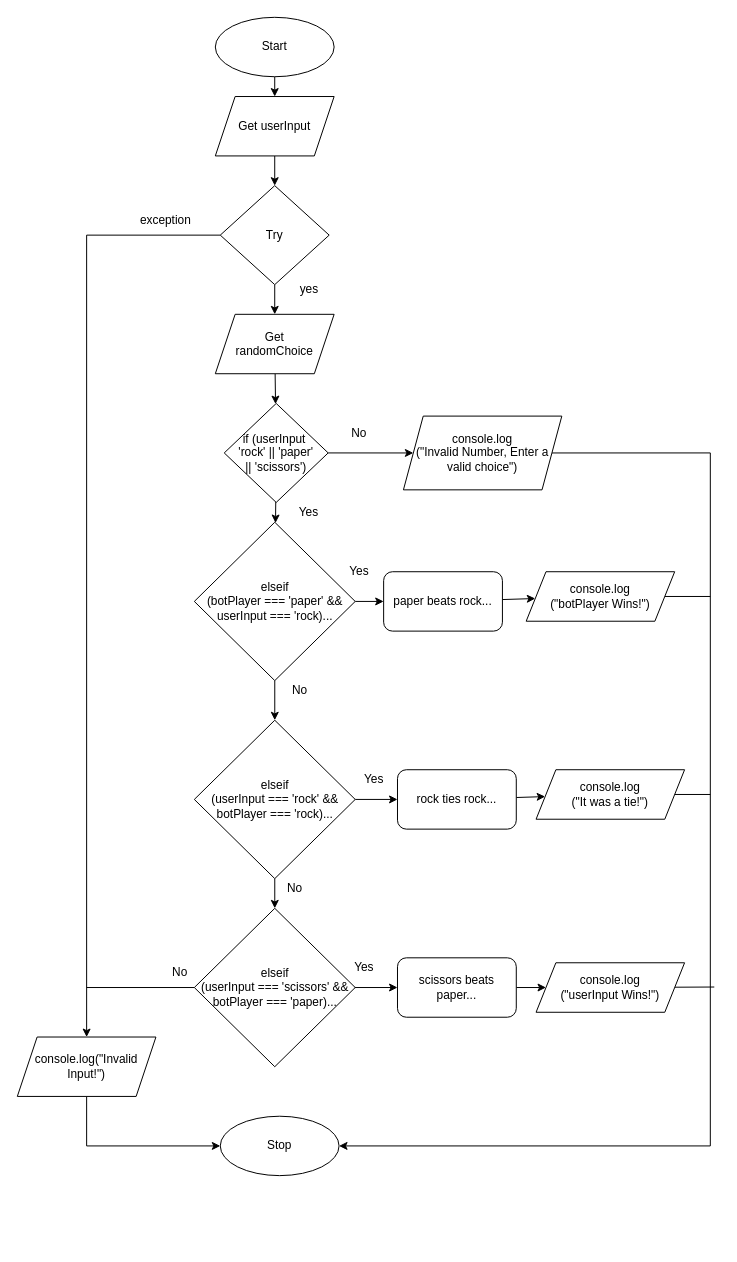
Earlier version of the draw.io diagram Drawio/Flowchart.drawio (JacksonNaufal/ics4u-Assignment-1-typescript). Source tidied: cells renumbered, new cells numbered last; positions are measured from the earlier drawing's top-left corner, leaving out a move shared by most shapes. Both pictures are drawn from the tidied source at 99%, with x=0, y=0 at pixel (17, 17).
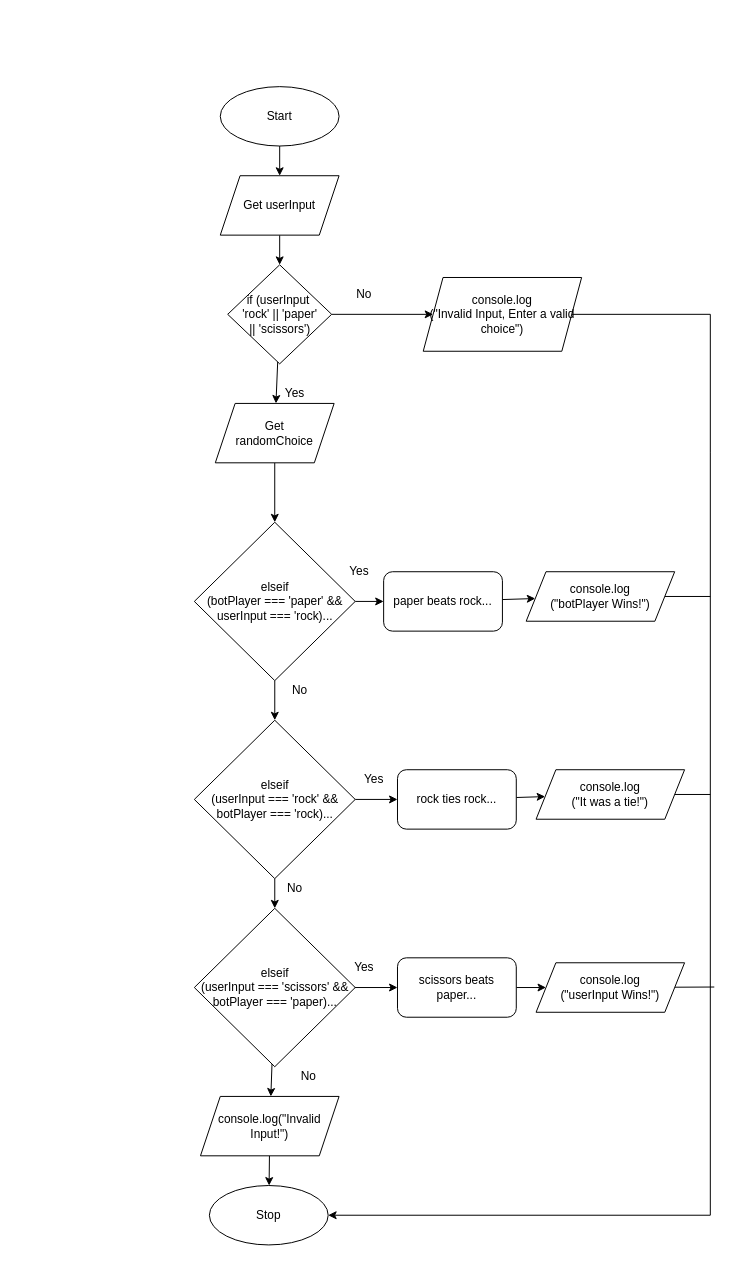
Above is the later version.

The change refers to these unchanged cells:
```xml
<mxCell id="24" value="elseif&lt;br&gt;(botPlayer === 'paper' &amp;amp;&amp;amp; userInput === 'rock)..." style="rhombus;whiteSpace=wrap;html=1;" parent="1" vertex="1">
  <mxGeometry x="178.8" y="510" width="162.5" height="160" as="geometry" />
</mxCell>
<mxCell id="48" value="elseif&lt;br&gt;(userInput === 'scissors' &amp;amp;&amp;amp; botPlayer === 'paper)..." style="rhombus;whiteSpace=wrap;html=1;" parent="1" vertex="1">
  <mxGeometry x="178.8" y="900" width="162.5" height="160" as="geometry" />
</mxCell>
```

What changed in the source:
```diff
@@
     <mxCell id="3" value="Start" style="ellipse;whiteSpace=wrap;html=1;" parent="1" vertex="1">
-      <mxGeometry x="200" width="120" height="60" as="geometry" />
+      <mxGeometry x="205" y="70" width="120" height="60" as="geometry" />
     </mxCell>
     <mxCell id="4" value="Stop" style="ellipse;whiteSpace=wrap;html=1;" parent="1" vertex="1">
-      <mxGeometry x="205" y="1110" width="120" height="60" as="geometry" />
+      <mxGeometry x="194" y="1180" width="120" height="60" as="geometry" />
     </mxCell>
-    <mxCell id="5" style="edgeStyle=none;rounded=0;html=1;" parent="1" edge="1" source="6" target="11">
-      <mxGeometry relative="1" as="geometry" />
-    </mxCell>
+    <mxCell id="50" style="edgeStyle=none;html=1;" parent="1" edge="1" source="6" target="20">
+      <mxGeometry relative="1" as="geometry" />
+    </mxCell>
     <mxCell id="6" value="Get userInput" style="shape=parallelogram;perimeter=parallelogramPerimeter;whiteSpace=wrap;html=1;fixedSize=1;" parent="1" vertex="1">
-      <mxGeometry x="200" y="80" width="120" height="60" as="geometry" />
+      <mxGeometry x="205" y="160" width="120" height="60" as="geometry" />
     </mxCell>
@@
-    <mxCell id="9" style="edgeStyle=none;html=1;entryX=0.5;entryY=0;entryDx=0;entryDy=0;rounded=0;" parent="1" edge="1" source="11" target="15">
-      <mxGeometry relative="1" as="geometry">
-        <Array as="points">
-          <mxPoint x="70" y="220" />
-        </Array>
-      </mxGeometry>
-    </mxCell>
-    <mxCell id="10" style="edgeStyle=none;html=1;" parent="1" edge="1" source="11" target="17">
-      <mxGeometry relative="1" as="geometry" />
-    </mxCell>
-    <mxCell id="11" value="Try" style="rhombus;whiteSpace=wrap;html=1;" parent="1" vertex="1">
-      <mxGeometry x="205" y="170" width="110" height="100" as="geometry" />
-    </mxCell>
-    <mxCell id="12" value="exception" style="text;html=1;strokeColor=none;fillColor=none;align=center;verticalAlign=middle;whiteSpace=wrap;rounded=0;" parent="1" vertex="1">
-      <mxGeometry x="120" y="190" width="60" height="30" as="geometry" />
-    </mxCell>
-    <mxCell id="13" value="yes" style="text;html=1;strokeColor=none;fillColor=none;align=center;verticalAlign=middle;whiteSpace=wrap;rounded=0;" parent="1" vertex="1">
-      <mxGeometry x="265" y="260" width="60" height="30" as="geometry" />
-    </mxCell>
-    <mxCell id="14" style="edgeStyle=none;html=1;rounded=0;entryX=0;entryY=0.5;entryDx=0;entryDy=0;" parent="1" edge="1" source="15" target="4">
-      <mxGeometry relative="1" as="geometry">
-        <Array as="points">
-          <mxPoint x="70" y="1140" />
-        </Array>
-      </mxGeometry>
+    <mxCell id="14" style="edgeStyle=none;html=1;" parent="1" edge="1" source="15" target="4">
+      <mxGeometry relative="1" as="geometry" />
     </mxCell>
     <mxCell id="15" value="console.log(&quot;Invalid Input!&quot;)" style="shape=parallelogram;perimeter=parallelogramPerimeter;whiteSpace=wrap;html=1;fixedSize=1;" parent="1" vertex="1">
-      <mxGeometry y="1030" width="140" height="60" as="geometry" />
+      <mxGeometry x="185" y="1090" width="140" height="60" as="geometry" />
     </mxCell>
-    <mxCell id="16" style="edgeStyle=none;html=1;" parent="1" edge="1" source="17" target="20">
-      <mxGeometry relative="1" as="geometry" />
-    </mxCell>
-    <mxCell id="17" value="Get &lt;br&gt;randomChoice" style="shape=parallelogram;perimeter=parallelogramPerimeter;whiteSpace=wrap;html=1;fixedSize=1;" parent="1" vertex="1">
-      <mxGeometry x="200" y="300" width="120" height="60" as="geometry" />
-    </mxCell>
-    <mxCell id="18" style="edgeStyle=none;html=1;" parent="1" edge="1" source="20" target="24">
+    <mxCell id="18" style="edgeStyle=none;html=1;startArrow=none;" parent="1" edge="1" source="17" target="24">
       <mxGeometry relative="1" as="geometry" />
     </mxCell>
@@
+    <mxCell id="51" style="edgeStyle=none;html=1;" parent="1" edge="1" source="20" target="17">
+      <mxGeometry relative="1" as="geometry" />
+    </mxCell>
     <mxCell id="20" value="if (userInput&amp;nbsp; &lt;br&gt;'rock' || 'paper'&lt;br&gt;|| 'scissors')" style="rhombus;whiteSpace=wrap;html=1;" parent="1" vertex="1">
-      <mxGeometry x="209" y="390" width="105" height="100" as="geometry" />
+      <mxGeometry x="212.5" y="250" width="105" height="100" as="geometry" />
     </mxCell>
@@
-    <mxCell id="25" value="&lt;font style=&quot;font-size: 12px&quot;&gt;Yes&lt;/font&gt;" style="text;html=1;align=center;verticalAlign=middle;strokeColor=none;fillColor=none;fontSize=10;" parent="1" vertex="1">
-      <mxGeometry x="274" y="490" width="40" height="20" as="geometry" />
-    </mxCell>
@@
     <mxCell id="30" value="&lt;font style=&quot;font-size: 12px&quot;&gt;No&lt;/font&gt;" style="text;html=1;align=center;verticalAlign=middle;strokeColor=none;fillColor=none;fontSize=10;" parent="1" vertex="1">
-      <mxGeometry x="148.8" y="955" width="30" height="20" as="geometry" />
+      <mxGeometry x="279" y="1060" width="30" height="20" as="geometry" />
     </mxCell>
@@
     <mxCell id="33" style="edgeStyle=none;rounded=0;html=1;entryX=1;entryY=0.5;entryDx=0;entryDy=0;fontSize=10;" parent="1" edge="1" source="34" target="4">
       <mxGeometry relative="1" as="geometry">
         <Array as="points">
+          <mxPoint x="700" y="300" />
           <mxPoint x="700" y="440" />
-          <mxPoint x="700" y="1140" />
+          <mxPoint x="700" y="1210" />
         </Array>
       </mxGeometry>
     </mxCell>
-    <mxCell id="34" value="console.log&lt;br&gt;(&quot;Invalid Number, Enter a valid choice&quot;)" style="shape=parallelogram;perimeter=parallelogramPerimeter;whiteSpace=wrap;html=1;fixedSize=1;" parent="1" vertex="1">
-      <mxGeometry x="390" y="402.8" width="160" height="74.5" as="geometry" />
+    <mxCell id="34" value="console.log&lt;br&gt;(&quot;Invalid Input, Enter a valid choice&quot;)" style="shape=parallelogram;perimeter=parallelogramPerimeter;whiteSpace=wrap;html=1;fixedSize=1;" parent="1" vertex="1">
+      <mxGeometry x="410" y="262.8" width="160" height="74.5" as="geometry" />
     </mxCell>
@@
     <mxCell id="43" value="&lt;span style=&quot;font-size: 12px&quot;&gt;No&lt;/span&gt;" style="text;html=1;align=center;verticalAlign=middle;strokeColor=none;fillColor=none;fontSize=10;" parent="1" vertex="1">
-      <mxGeometry x="330" y="410" width="30" height="20" as="geometry" />
+      <mxGeometry x="335" y="270" width="30" height="20" as="geometry" />
     </mxCell>
@@
-    <mxCell id="47" style="edgeStyle=none;html=1;endArrow=none;endFill=0;" parent="1" edge="1" source="48">
-      <mxGeometry relative="1" as="geometry">
-        <mxPoint x="70" y="980" as="targetPoint" />
-      </mxGeometry>
-    </mxCell>
+    <mxCell id="52" style="edgeStyle=none;html=1;" parent="1" edge="1" source="48" target="15">
+      <mxGeometry relative="1" as="geometry" />
+    </mxCell>
@@
+    <mxCell id="17" value="Get &lt;br&gt;randomChoice" style="shape=parallelogram;perimeter=parallelogramPerimeter;whiteSpace=wrap;html=1;fixedSize=1;" parent="1" vertex="1">
+      <mxGeometry x="200" y="390" width="120" height="60" as="geometry" />
+    </mxCell>
+    <mxCell id="25" value="&lt;font style=&quot;font-size: 12px&quot;&gt;Yes&lt;/font&gt;" style="text;html=1;align=center;verticalAlign=middle;strokeColor=none;fillColor=none;fontSize=10;" parent="1" vertex="1">
+      <mxGeometry x="260" y="370" width="40" height="20" as="geometry" />
+    </mxCell>
```
